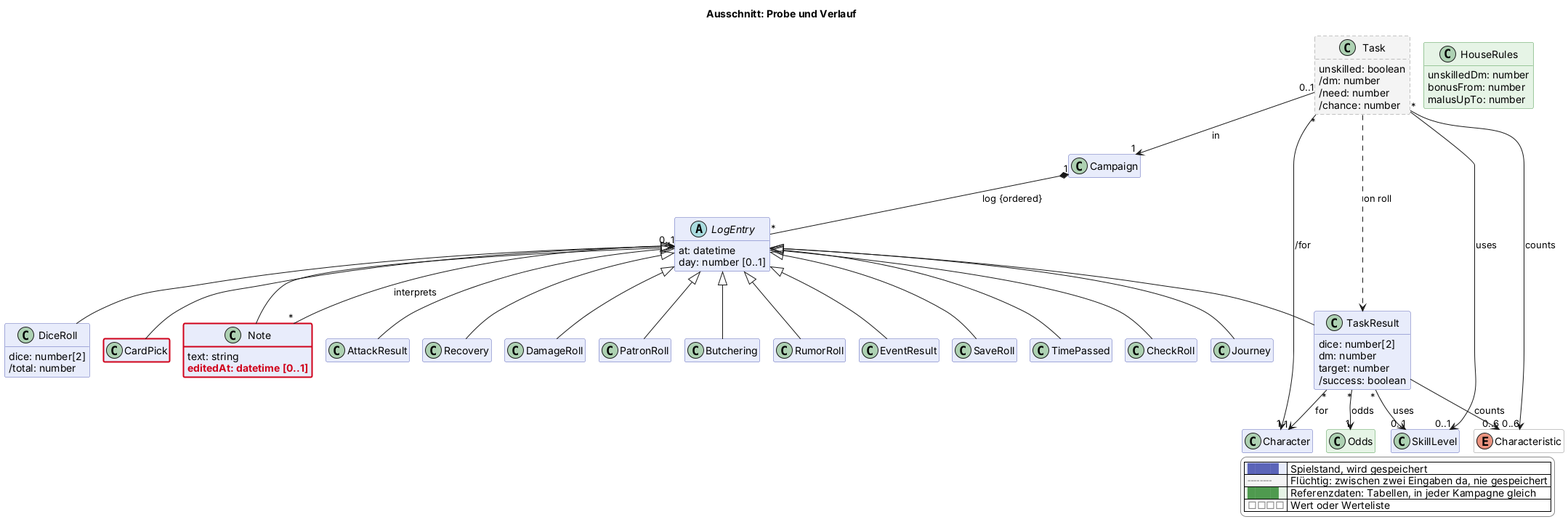
Before: docs/views/probe.png, a diagram exported from PlantUML (scuzzar/SRE).
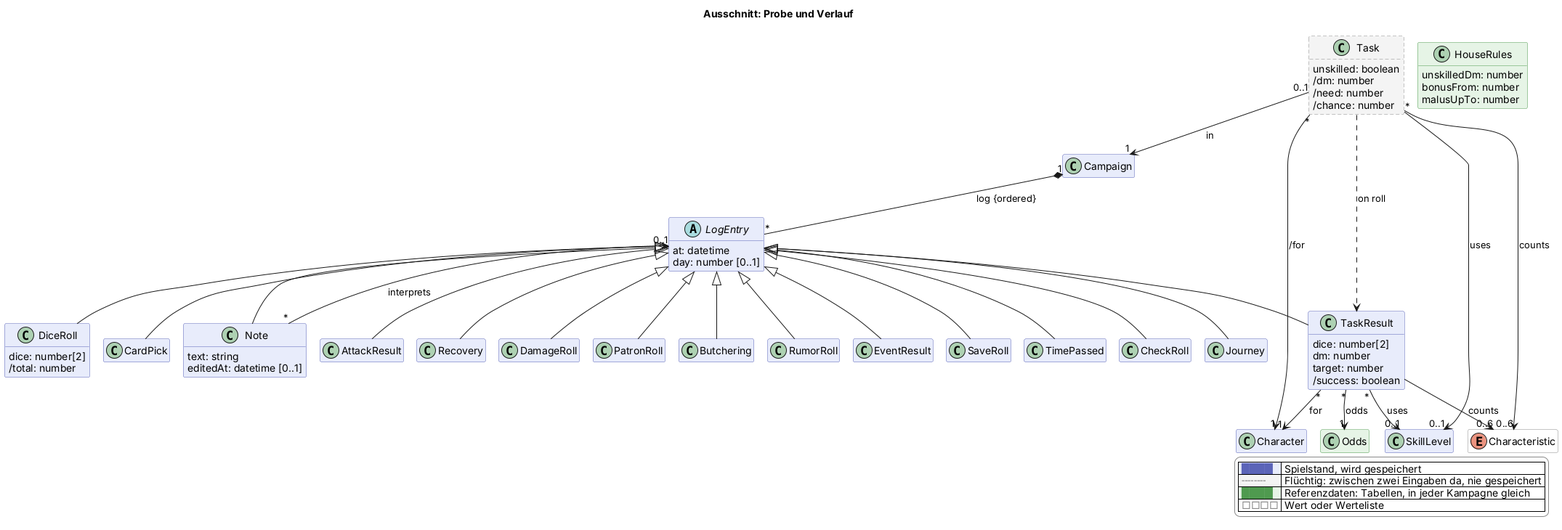
After the change.

What changed in the source:
```diff
@@ -83,7 +83,7 @@
   class CardPick $karte
   class Note $probe {
     text: string
-    $new("2026-11-14e", "editedAt: datetime [0..1]")
+    editedAt: datetime [0..1]
   }
   class PatronRoll $begegnung
   class Butchering $begegnung
@@ -164,6 +164,4 @@
   |<#e6f4e6> <color:#4f9a4f>████</color> | Referenzdaten: Tabellen, in jeder Kampagne gleich |
   |<#ffffff> <color:#8a8a8a>□□□□</color> | Wert oder Werteliste |
 endlegend
-class CardPick #line:d0021b;line.bold
-class Note #line:d0021b;line.bold
 @enduml
```
